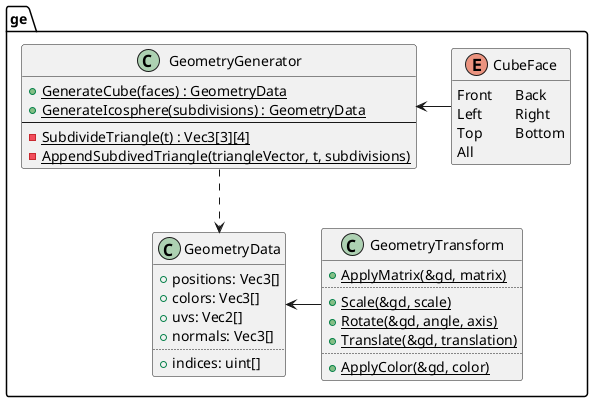
The PlantUML diagram design/geo.png in ba6er/marblemaze, before a commit.
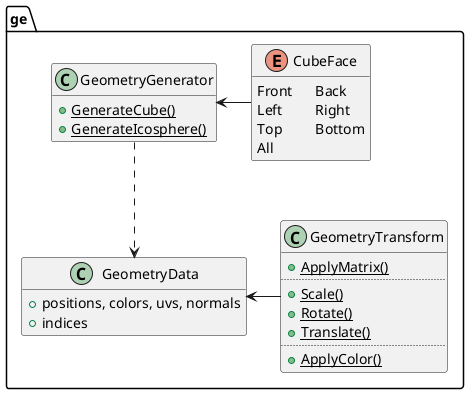
Above is the later version.

Diff of the diagram source:
```diff
@@ -10,32 +10,25 @@
 hide CubeFace methods
 
 class ge::GeometryData {
-	+positions: Vec3[]
-	+colors: Vec3[]
-	+uvs: Vec2[]
-	+normals: Vec3[]
-	..
-	+indices: uint[]
+	+positions, colors, uvs, normals
+	+indices
 }
 hide GeometryData methods
 
 class ge::GeometryGenerator {
-	{static} +GenerateCube(faces) : GeometryData
-	{static} +GenerateIcosphere(subdivisions) : GeometryData
-	--
-	{static} -SubdivideTriangle(t) : Vec3[3][4]
-	{static} -AppendSubdivedTriangle(triangleVector, t, subdivisions)
+	{static} +GenerateCube()
+	{static} +GenerateIcosphere()
 }
 hide GeometryGenerator fields
 
 class ge::GeometryTransform {
-	{static} +ApplyMatrix(&gd, matrix)
+	{static} +ApplyMatrix()
 	..
-	{static} +Scale(&gd, scale)
-	{static} +Rotate(&gd, angle, axis)
-	{static} +Translate(&gd, translation)
+	{static} +Scale()
+	{static} +Rotate()
+	{static} +Translate()
 	..
-	{static} +ApplyColor(&gd, color)
+	{static} +ApplyColor()
 }
 hide GeometryTransform fields
 
```
